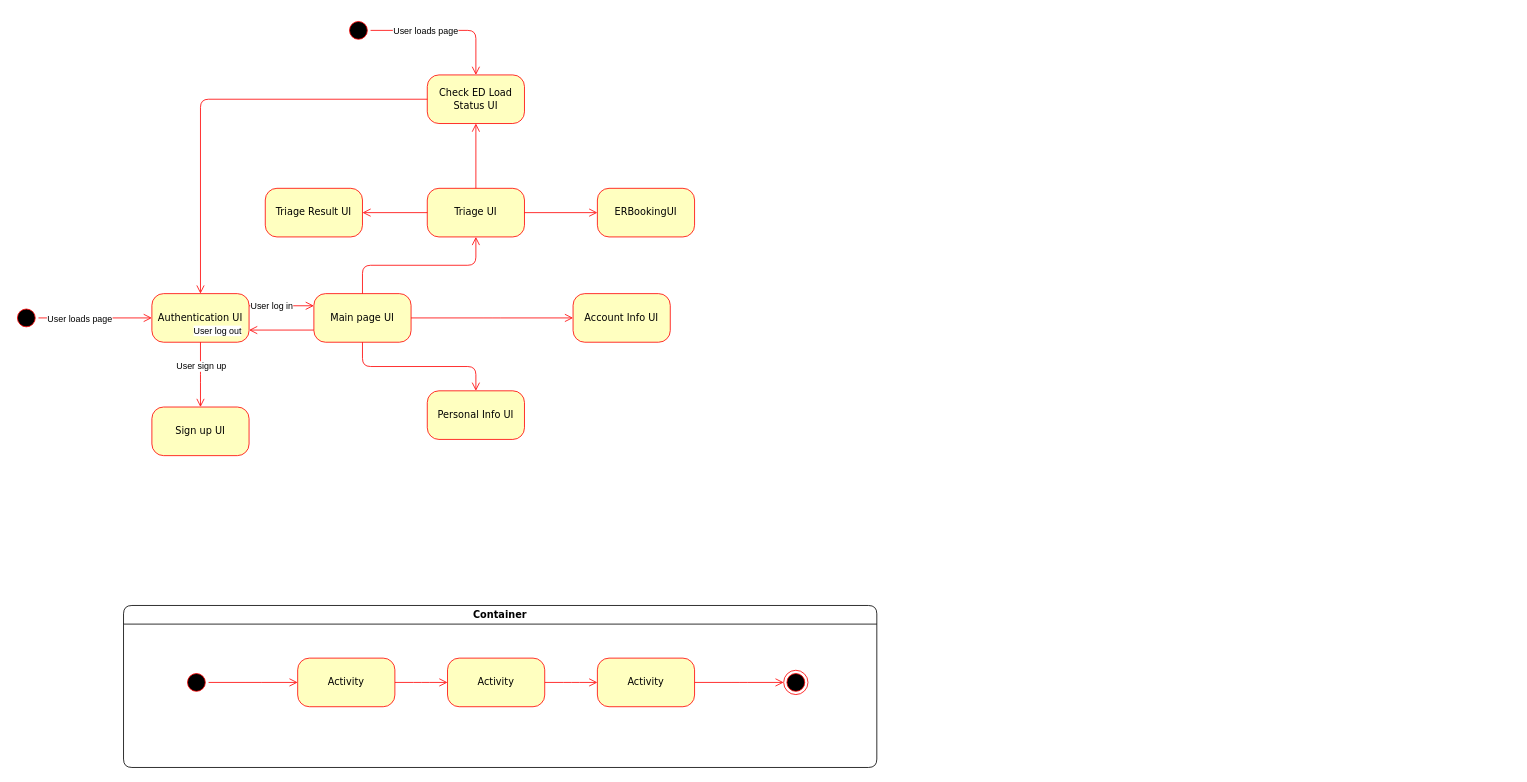
uvic-teach/project-m1-team8 keeps this draw.io diagram as Drawio/Untitled Diagram.drawio. Above is the earlier version. Source tidied: cells renumbered, new cells numbered last; positions are measured from the earlier drawing's top-left corner, leaving out a move shared by most shapes. Both pictures are drawn from the tidied source at 81%, with x=0, y=0 at pixel (14, 18).
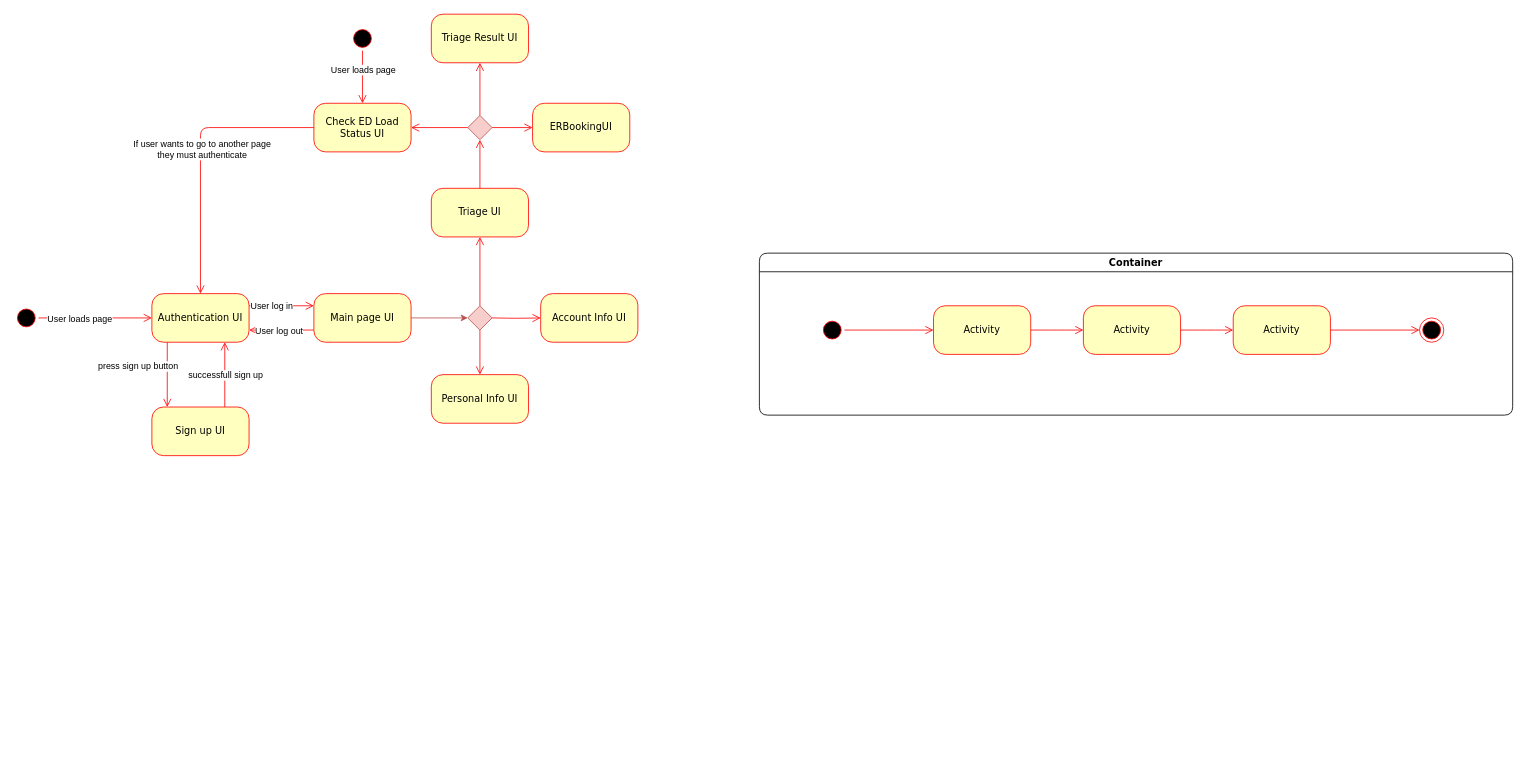
Above is the later version.

The change refers to these unchanged cells:
```xml
<mxCell id="3" value="Authentication UI" style="rounded=1;whiteSpace=wrap;html=1;arcSize=24;fillColor=#ffffc0;strokeColor=#ff0000;shadow=0;comic=0;labelBackgroundColor=none;fontFamily=Verdana;fontSize=12;fontColor=#000000;align=center;" parent="1" vertex="1">
  <mxGeometry x="170" y="340" width="120" height="60" as="geometry" />
</mxCell>
<mxCell id="18" style="edgeStyle=orthogonalEdgeStyle;html=1;labelBackgroundColor=none;endArrow=open;endSize=8;strokeColor=#ff0000;fontFamily=Verdana;fontSize=12;align=left;entryX=1;entryY=0.75;entryDx=0;entryDy=0;exitX=0;exitY=0.75;exitDx=0;exitDy=0;" parent="1" edge="1" source="22" target="3">
  <mxGeometry relative="1" as="geometry" />
</mxCell>
<mxCell id="22" value="Main page UI" style="rounded=1;whiteSpace=wrap;html=1;arcSize=24;fillColor=#ffffc0;strokeColor=#ff0000;shadow=0;comic=0;labelBackgroundColor=none;fontFamily=Verdana;fontSize=12;fontColor=#000000;align=center;" parent="1" vertex="1">
  <mxGeometry x="370" y="340" width="120" height="60" as="geometry" />
</mxCell>
<mxCell id="35" style="edgeStyle=orthogonalEdgeStyle;html=1;labelBackgroundColor=none;endArrow=open;endSize=8;strokeColor=#ff0000;fontFamily=Verdana;fontSize=12;align=left;entryX=0.5;entryY=0;entryDx=0;entryDy=0;exitX=0;exitY=0.5;exitDx=0;exitDy=0;" parent="1" edge="1" source="30" target="3">
  <mxGeometry relative="1" as="geometry" />
</mxCell>
<mxCell id="39" value="Sign up UI" style="rounded=1;whiteSpace=wrap;html=1;arcSize=24;fillColor=#ffffc0;strokeColor=#ff0000;shadow=0;comic=0;labelBackgroundColor=none;fontFamily=Verdana;fontSize=12;fontColor=#000000;align=center;" parent="1" vertex="1">
  <mxGeometry x="170" y="480" width="120" height="60" as="geometry" />
</mxCell>
```

Diff of the diagram source:
```diff
@@
     <mxCell id="4" value="Container" style="swimlane;whiteSpace=wrap;html=1;rounded=1;shadow=0;comic=0;labelBackgroundColor=none;strokeWidth=1;fontFamily=Verdana;fontSize=12;align=center;" parent="1" vertex="1">
-      <mxGeometry x="135" y="725" width="930" height="200" as="geometry" />
+      <mxGeometry x="920" y="290" width="930" height="200" as="geometry" />
     </mxCell>
@@
     <mxCell id="19" value="User log out" style="edgeLabel;html=1;align=center;verticalAlign=middle;" parent="18" vertex="1">
       <mxGeometry x="-0.28" relative="1" as="geometry">
-        <mxPoint x="-91" as="offset" />
+        <mxPoint x="-15" as="offset" />
       </mxGeometry>
     </mxCell>
-    <mxCell id="20" style="edgeStyle=orthogonalEdgeStyle;html=1;labelBackgroundColor=none;endArrow=open;endSize=8;strokeColor=#ff0000;fontFamily=Verdana;fontSize=12;align=left;exitX=0.5;exitY=1;exitDx=0;exitDy=0;" parent="1" edge="1" source="3">
+    <mxCell id="20" style="edgeStyle=orthogonalEdgeStyle;html=1;labelBackgroundColor=none;endArrow=open;endSize=8;strokeColor=#ff0000;fontFamily=Verdana;fontSize=12;align=left;exitX=0.5;exitY=1;exitDx=0;exitDy=0;" parent="1" edge="1">
       <mxGeometry relative="1" as="geometry">
-        <mxPoint x="230" y="480" as="targetPoint" />
+        <mxPoint x="189" y="400" as="sourcePoint" />
+        <mxPoint x="189" y="480" as="targetPoint" />
       </mxGeometry>
     </mxCell>
-    <mxCell id="21" value="User sign up" style="edgeLabel;html=1;align=center;verticalAlign=middle;" parent="20" vertex="1">
-      <mxGeometry x="-0.28" relative="1" as="geometry" />
+    <mxCell id="21" value="press sign up button" style="edgeLabel;html=1;align=center;verticalAlign=middle;" parent="20" vertex="1">
+      <mxGeometry x="-0.28" relative="1" as="geometry">
+        <mxPoint x="-37" as="offset" />
+      </mxGeometry>
     </mxCell>
@@
-    <mxCell id="23" style="edgeStyle=orthogonalEdgeStyle;html=1;labelBackgroundColor=none;endArrow=open;endSize=8;strokeColor=#ff0000;fontFamily=Verdana;fontSize=12;align=left;exitX=0.5;exitY=0;exitDx=0;exitDy=0;entryX=0.5;entryY=1;entryDx=0;entryDy=0;" parent="1" edge="1" source="22" target="25">
+    <mxCell id="23" style="edgeStyle=orthogonalEdgeStyle;html=1;labelBackgroundColor=none;endArrow=open;endSize=8;strokeColor=#ff0000;fontFamily=Verdana;fontSize=12;align=left;exitX=0.5;exitY=0;exitDx=0;exitDy=0;entryX=0.5;entryY=1;entryDx=0;entryDy=0;" parent="1" edge="1" source="43" target="25">
       <mxGeometry relative="1" as="geometry" />
     </mxCell>
-    <mxCell id="24" style="edgeStyle=orthogonalEdgeStyle;html=1;labelBackgroundColor=none;endArrow=open;endSize=8;strokeColor=#ff0000;fontFamily=Verdana;fontSize=12;align=left;exitX=1;exitY=0.5;exitDx=0;exitDy=0;" parent="1" edge="1" source="22">
-      <mxGeometry relative="1" as="geometry">
-        <mxPoint x="690" y="370" as="targetPoint" />
-      </mxGeometry>
-    </mxCell>
     <mxCell id="25" value="Triage UI" style="rounded=1;whiteSpace=wrap;html=1;arcSize=24;fillColor=#ffffc0;strokeColor=#ff0000;shadow=0;comic=0;labelBackgroundColor=none;fontFamily=Verdana;fontSize=12;fontColor=#000000;align=center;" parent="1" vertex="1">
-      <mxGeometry x="510" y="210" width="120" height="60" as="geometry" />
+      <mxGeometry x="515" y="210" width="120" height="60" as="geometry" />
     </mxCell>
-    <mxCell id="26" value="Account Info UI" style="rounded=1;whiteSpace=wrap;html=1;arcSize=24;fillColor=#ffffc0;strokeColor=#ff0000;shadow=0;comic=0;labelBackgroundColor=none;fontFamily=Verdana;fontSize=12;fontColor=#000000;align=center;" parent="1" vertex="1">
-      <mxGeometry x="690" y="340" width="120" height="60" as="geometry" />
-    </mxCell>
-    <mxCell id="27" style="edgeStyle=orthogonalEdgeStyle;html=1;labelBackgroundColor=none;endArrow=open;endSize=8;strokeColor=#ff0000;fontFamily=Verdana;fontSize=12;align=left;exitX=1;exitY=0.5;exitDx=0;exitDy=0;entryX=0;entryY=0.5;entryDx=0;entryDy=0;" parent="1" edge="1" source="25" target="28">
+    <mxCell id="27" style="edgeStyle=orthogonalEdgeStyle;html=1;labelBackgroundColor=none;endArrow=open;endSize=8;strokeColor=#ff0000;fontFamily=Verdana;fontSize=12;align=left;exitX=1;exitY=0.5;exitDx=0;exitDy=0;entryX=0;entryY=0.5;entryDx=0;entryDy=0;" parent="1" edge="1" source="45" target="28">
       <mxGeometry relative="1" as="geometry" />
     </mxCell>
     <mxCell id="28" value="ERBookingUI" style="rounded=1;whiteSpace=wrap;html=1;arcSize=24;fillColor=#ffffc0;strokeColor=#ff0000;shadow=0;comic=0;labelBackgroundColor=none;fontFamily=Verdana;fontSize=12;fontColor=#000000;align=center;" parent="1" vertex="1">
-      <mxGeometry x="720" y="210" width="120" height="60" as="geometry" />
+      <mxGeometry x="640" y="105" width="120" height="60" as="geometry" />
     </mxCell>
-    <mxCell id="29" style="edgeStyle=orthogonalEdgeStyle;html=1;labelBackgroundColor=none;endArrow=open;endSize=8;strokeColor=#ff0000;fontFamily=Verdana;fontSize=12;align=left;entryX=0.5;entryY=1;entryDx=0;entryDy=0;exitX=0.5;exitY=0;exitDx=0;exitDy=0;" parent="1" edge="1" source="25" target="30">
+    <mxCell id="29" style="edgeStyle=orthogonalEdgeStyle;html=1;labelBackgroundColor=none;endArrow=open;endSize=8;strokeColor=#ff0000;fontFamily=Verdana;fontSize=12;align=left;exitX=0.5;exitY=0;exitDx=0;exitDy=0;entryX=0.5;entryY=1;entryDx=0;entryDy=0;" parent="1" edge="1" source="25" target="45">
       <mxGeometry relative="1" as="geometry" />
     </mxCell>
     <mxCell id="30" value="Check ED Load Status UI" style="rounded=1;whiteSpace=wrap;html=1;arcSize=24;fillColor=#ffffc0;strokeColor=#ff0000;shadow=0;comic=0;labelBackgroundColor=none;fontFamily=Verdana;fontSize=12;fontColor=#000000;align=center;" parent="1" vertex="1">
-      <mxGeometry x="510" y="70" width="120" height="60" as="geometry" />
+      <mxGeometry x="370" y="105" width="120" height="60" as="geometry" />
     </mxCell>
-    <mxCell id="31" value="Triage Result UI" style="rounded=1;whiteSpace=wrap;html=1;arcSize=24;fillColor=#ffffc0;strokeColor=#ff0000;shadow=0;comic=0;labelBackgroundColor=none;fontFamily=Verdana;fontSize=12;fontColor=#000000;align=center;" parent="1" vertex="1">
-      <mxGeometry x="310" y="210" width="120" height="60" as="geometry" />
-    </mxCell>
-    <mxCell id="32" style="edgeStyle=orthogonalEdgeStyle;html=1;labelBackgroundColor=none;endArrow=open;endSize=8;strokeColor=#ff0000;fontFamily=Verdana;fontSize=12;align=left;entryX=1;entryY=0.5;entryDx=0;entryDy=0;exitX=0;exitY=0.5;exitDx=0;exitDy=0;" parent="1" edge="1" source="25" target="31">
+    <mxCell id="32" style="edgeStyle=orthogonalEdgeStyle;html=1;labelBackgroundColor=none;endArrow=open;endSize=8;strokeColor=#ff0000;fontFamily=Verdana;fontSize=12;align=left;entryX=1;entryY=0.5;entryDx=0;entryDy=0;exitX=0;exitY=0.5;exitDx=0;exitDy=0;" parent="1" edge="1" source="45" target="30">
       <mxGeometry relative="1" as="geometry" />
     </mxCell>
     <mxCell id="33" value="Personal Info UI" style="rounded=1;whiteSpace=wrap;html=1;arcSize=24;fillColor=#ffffc0;strokeColor=#ff0000;shadow=0;comic=0;labelBackgroundColor=none;fontFamily=Verdana;fontSize=12;fontColor=#000000;align=center;" parent="1" vertex="1">
-      <mxGeometry x="510" y="460" width="120" height="60" as="geometry" />
+      <mxGeometry x="515" y="440" width="120" height="60" as="geometry" />
     </mxCell>
-    <mxCell id="34" style="edgeStyle=orthogonalEdgeStyle;html=1;labelBackgroundColor=none;endArrow=open;endSize=8;strokeColor=#ff0000;fontFamily=Verdana;fontSize=12;align=left;exitX=0.5;exitY=1;exitDx=0;exitDy=0;entryX=0.5;entryY=0;entryDx=0;entryDy=0;" parent="1" edge="1" source="22" target="33">
+    <mxCell id="34" style="edgeStyle=orthogonalEdgeStyle;html=1;labelBackgroundColor=none;endArrow=open;endSize=8;strokeColor=#ff0000;fontFamily=Verdana;fontSize=12;align=left;exitX=0.5;exitY=1;exitDx=0;exitDy=0;entryX=0.5;entryY=0;entryDx=0;entryDy=0;" parent="1" edge="1" source="43" target="33">
       <mxGeometry relative="1" as="geometry" />
     </mxCell>
@@
+    <mxCell id="40" value="&lt;div&gt;If user wants to go to another page&lt;/div&gt;&lt;div&gt;they must authenticate&lt;br&gt;&lt;/div&gt;" style="edgeLabel;html=1;align=center;verticalAlign=middle;" parent="35" vertex="1">
+      <mxGeometry x="-0.04" y="1" relative="1" as="geometry" />
+    </mxCell>
     <mxCell id="36" style="ellipse;html=1;shape=startState;fillColor=#000000;strokeColor=#ff0000;rounded=1;shadow=0;comic=0;labelBackgroundColor=none;fontFamily=Verdana;fontSize=12;fontColor=#000000;align=center;direction=south;" parent="1" vertex="1">
-      <mxGeometry x="410" width="30" height="30" as="geometry" />
+      <mxGeometry x="415" y="10" width="30" height="30" as="geometry" />
     </mxCell>
@@
+    <mxCell id="41" style="edgeStyle=orthogonalEdgeStyle;html=1;labelBackgroundColor=none;endArrow=open;endSize=8;strokeColor=#ff0000;fontFamily=Verdana;fontSize=12;align=left;exitX=0.75;exitY=0;exitDx=0;exitDy=0;entryX=0.75;entryY=1;entryDx=0;entryDy=0;" parent="1" edge="1" source="39" target="3">
+      <mxGeometry relative="1" as="geometry" />
+    </mxCell>
+    <mxCell id="42" value="successfull sign up" style="edgeLabel;html=1;align=center;verticalAlign=middle;" parent="41" vertex="1">
+      <mxGeometry x="-0.19" relative="1" as="geometry">
+        <mxPoint y="-8" as="offset" />
+      </mxGeometry>
+    </mxCell>
+    <mxCell id="43" style="rhombus;whiteSpace=wrap;html=1;fillColor=#f8cecc;strokeColor=#b85450;" parent="1" vertex="1">
+      <mxGeometry x="560" y="355" width="30" height="30" as="geometry" />
+    </mxCell>
+    <mxCell id="44" style="endArrow=classic;html=1;rounded=0;fillColor=#f8cecc;strokeColor=#b85450;entryX=0;entryY=0.5;entryDx=0;entryDy=0;exitX=1;exitY=0.5;exitDx=0;exitDy=0;" parent="1" edge="1" source="22" target="43">
+      <mxGeometry relative="1" as="geometry" />
+    </mxCell>
+    <mxCell id="45" style="rhombus;whiteSpace=wrap;html=1;fillColor=#f8cecc;strokeColor=#b85450;" parent="1" vertex="1">
+      <mxGeometry x="560" y="120" width="30" height="30" as="geometry" />
+    </mxCell>
+    <mxCell id="46" style="edgeStyle=orthogonalEdgeStyle;html=1;labelBackgroundColor=none;endArrow=open;endSize=8;strokeColor=#ff0000;fontFamily=Verdana;fontSize=12;align=left;" parent="1" edge="1" target="26">
+      <mxGeometry relative="1" as="geometry">
+        <mxPoint x="590" y="370" as="sourcePoint" />
+      </mxGeometry>
+    </mxCell>
+    <mxCell id="26" value="Account Info UI" style="rounded=1;whiteSpace=wrap;html=1;arcSize=24;fillColor=#ffffc0;strokeColor=#ff0000;shadow=0;comic=0;labelBackgroundColor=none;fontFamily=Verdana;fontSize=12;fontColor=#000000;align=center;" parent="1" vertex="1">
+      <mxGeometry x="650" y="340" width="120" height="60" as="geometry" />
+    </mxCell>
+    <mxCell id="31" value="Triage Result UI" style="rounded=1;whiteSpace=wrap;html=1;arcSize=24;fillColor=#ffffc0;strokeColor=#ff0000;shadow=0;comic=0;labelBackgroundColor=none;fontFamily=Verdana;fontSize=12;fontColor=#000000;align=center;" parent="1" vertex="1">
+      <mxGeometry x="515" y="-5" width="120" height="60" as="geometry" />
+    </mxCell>
+    <mxCell id="47" style="edgeStyle=orthogonalEdgeStyle;html=1;labelBackgroundColor=none;endArrow=open;endSize=8;strokeColor=#ff0000;fontFamily=Verdana;fontSize=12;align=left;entryX=0.5;entryY=1;entryDx=0;entryDy=0;exitX=0.5;exitY=0;exitDx=0;exitDy=0;" parent="1" edge="1" source="45" target="31">
+      <mxGeometry relative="1" as="geometry" />
+    </mxCell>
```
